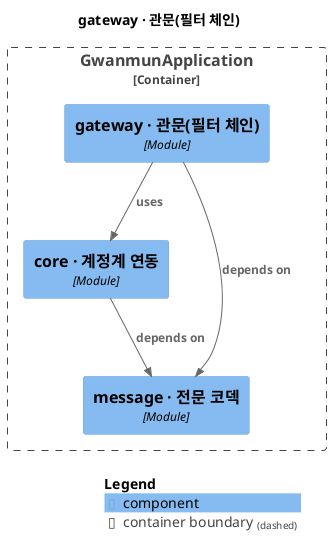
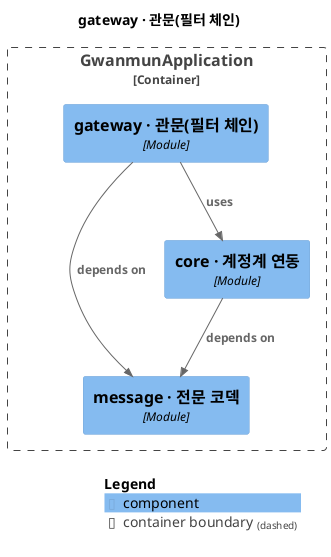
@startuml
set separator none
title gateway · 관문(필터 체인)

top to bottom direction

!include <C4/C4>
!include <C4/C4_Context>
!include <C4/C4_Component>

Container_Boundary("GwanmunApplication.GwanmunApplication_boundary", "GwanmunApplication", $tags="") {
+   Component(GwanmunApplication.GwanmunApplication.message전문코덱, "message · 전문 코덱", $techn="Module", $descr="", $tags="", $link="")
  Component(GwanmunApplication.GwanmunApplication.core계정계연동, "core · 계정계 연동", $techn="Module", $descr="", $tags="", $link="")
-   Component(GwanmunApplication.GwanmunApplication.message전문코덱, "message · 전문 코덱", $techn="Module", $descr="", $tags="", $link="")
  Component(GwanmunApplication.GwanmunApplication.gateway관문필터체인, "gateway · 관문(필터 체인)", $techn="Module", $descr="", $tags="", $link="")
}

Rel(GwanmunApplication.GwanmunApplication.gateway관문필터체인, GwanmunApplication.GwanmunApplication.message전문코덱, "depends on", $techn="", $tags="", $link="")
Rel(GwanmunApplication.GwanmunApplication.gateway관문필터체인, GwanmunApplication.GwanmunApplication.core계정계연동, "uses", $techn="", $tags="", $link="")
Rel(GwanmunApplication.GwanmunApplication.core계정계연동, GwanmunApplication.GwanmunApplication.message전문코덱, "depends on", $techn="", $tags="", $link="")

SHOW_LEGEND(true)
@enduml